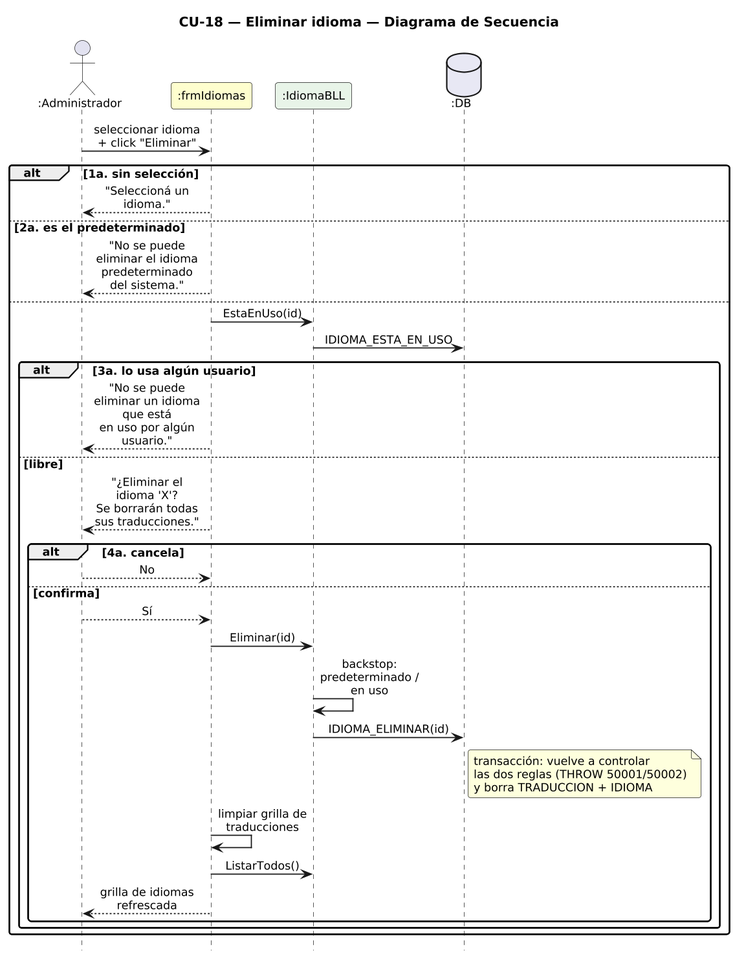
Earlier version of the PlantUML export DIAGRAMAS/DiagramaSecuencia_CU18_EliminarIdioma.png (Urrels/ingenieria_software).
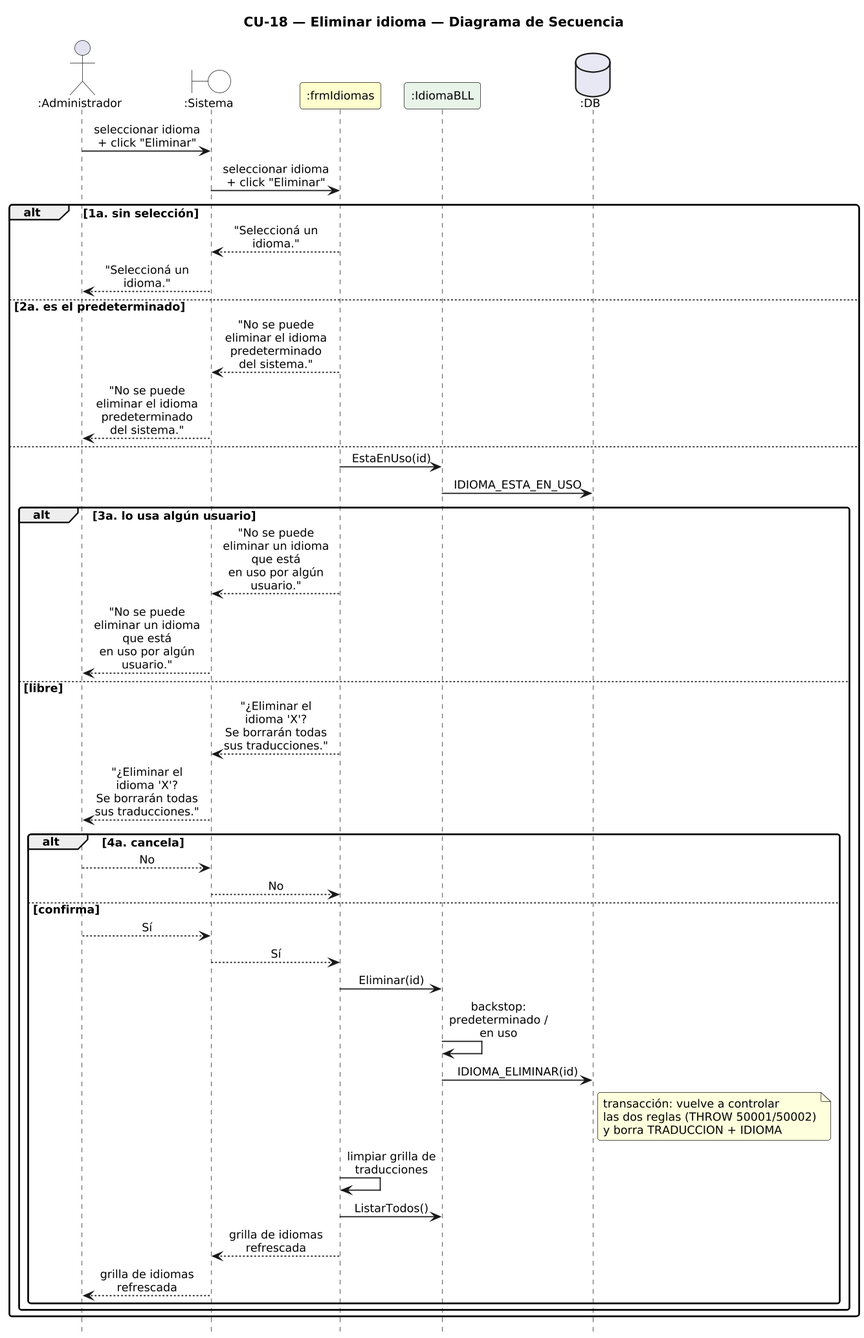
The same diagram one commit later.

Change to the diagram source:
```diff
@@ -14,26 +14,34 @@
 hide footbox
 
 actor ":Administrador" as A
+boundary ":Sistema" as SYS #FFFFFF
 participant ":frmIdiomas" as F #FEFECE
 participant ":IdiomaBLL" as IB #E8F4E8
 database ":DB" as DB #E8E8F4
 
-A -> F : seleccionar idioma + click "Eliminar"
+A -> SYS : seleccionar idioma + click "Eliminar"
+SYS -> F : seleccionar idioma + click "Eliminar"
 alt 1a. sin selección
-  F --> A : "Seleccioná un idioma."
+  F --> SYS : "Seleccioná un idioma."
+  SYS --> A : "Seleccioná un idioma."
 else 2a. es el predeterminado
-  F --> A : "No se puede eliminar el idioma predeterminado del sistema."
+  F --> SYS : "No se puede eliminar el idioma predeterminado del sistema."
+  SYS --> A : "No se puede eliminar el idioma predeterminado del sistema."
 else
   F -> IB : EstaEnUso(id)
   IB -> DB : IDIOMA_ESTA_EN_USO
   alt 3a. lo usa algún usuario
-    F --> A : "No se puede eliminar un idioma que está\nen uso por algún usuario."
+    F --> SYS : "No se puede eliminar un idioma que está\nen uso por algún usuario."
+    SYS --> A : "No se puede eliminar un idioma que está\nen uso por algún usuario."
   else libre
-    F --> A : "¿Eliminar el idioma 'X'?\nSe borrarán todas sus traducciones."
+    F --> SYS : "¿Eliminar el idioma 'X'?\nSe borrarán todas sus traducciones."
+    SYS --> A : "¿Eliminar el idioma 'X'?\nSe borrarán todas sus traducciones."
     alt 4a. cancela
-      A --> F : No
+      A --> SYS : No
+      SYS --> F : No
     else confirma
-      A --> F : Sí
+      A --> SYS : Sí
+      SYS --> F : Sí
       F -> IB : Eliminar(id)
       IB -> IB : backstop: predeterminado / en uso
       IB -> DB : IDIOMA_ELIMINAR(id)
@@ -44,7 +52,8 @@
       end note
       F -> F : limpiar grilla de traducciones
       F -> IB : ListarTodos()
-      F --> A : grilla de idiomas refrescada
+      F --> SYS : grilla de idiomas refrescada
+      SYS --> A : grilla de idiomas refrescada
     end
   end
 end
```
